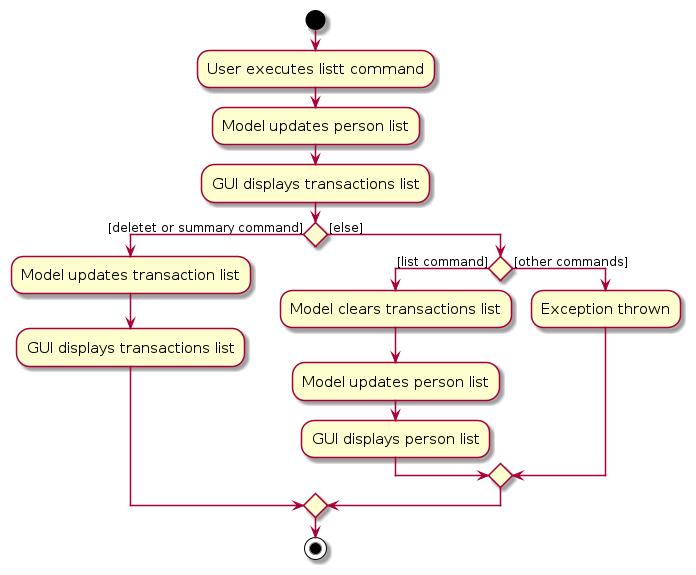
Before: diagrams/ListTransactionsActivityDiagram.png, a diagram exported from PlantUML (reginateh/tp). Its source is kept beside it as diagrams/ListTransactionsActivityDiagram.puml.
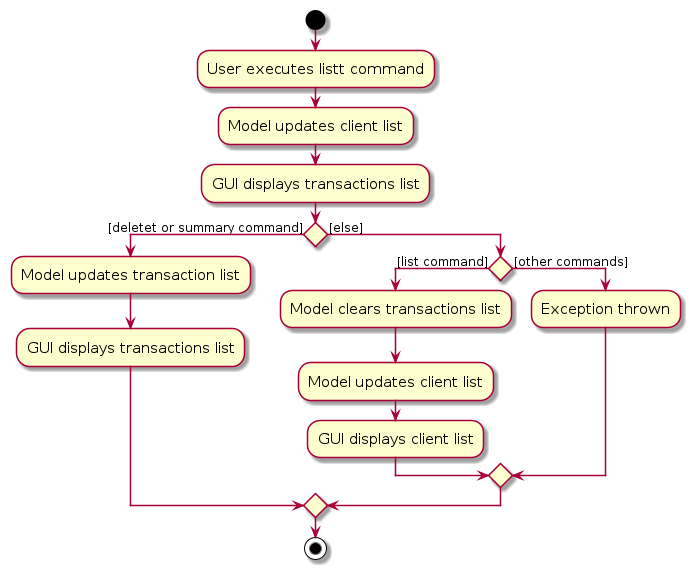
Above is the later version.

Change to the diagram source:
```diff
@@ -4,7 +4,7 @@
 skinparam ArrowFontSize 12
 start
 :User executes listt command;
-:Model updates person list;
+:Model updates client list;
 :GUI displays transactions list;
 
 
@@ -14,8 +14,8 @@
 else ([else])
     if () then ([list command])
         :Model clears transactions list;
-        :Model updates person list;
-        :GUI displays person list;
+        :Model updates client list;
+        :GUI displays client list;
     else ([other commands])
         :Exception thrown;
     endif
```
